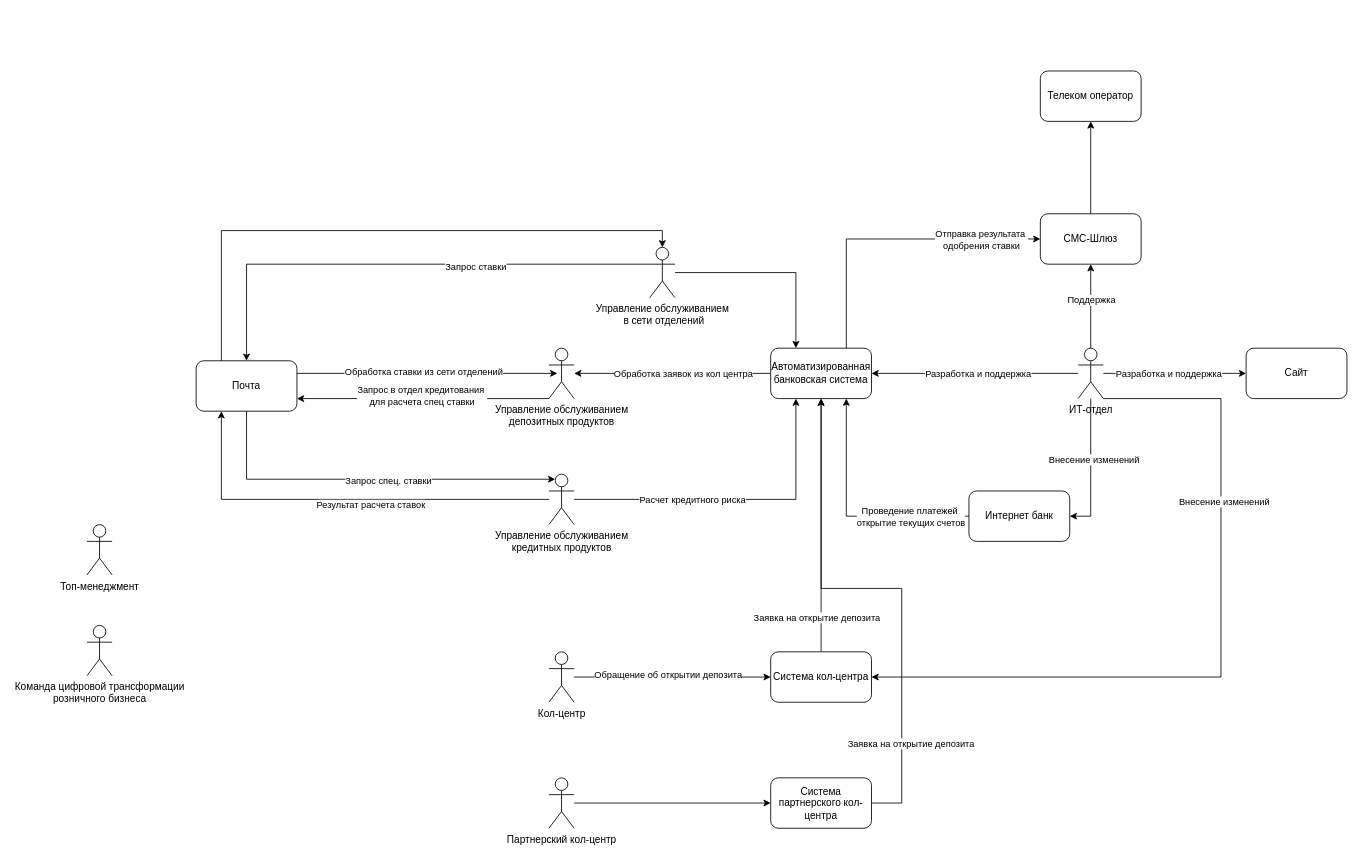
This is Exc1/integration_scheme.drawio from schnack/architecture-sprint-9, a draw.io file, before an edit. Source tidied: cells renumbered, new cells numbered last; positions are measured from the earlier drawing's top-left corner, leaving out a move shared by most shapes. Both pictures are drawn from the tidied source at 84%, with x=0, y=0 at pixel (87, 71).
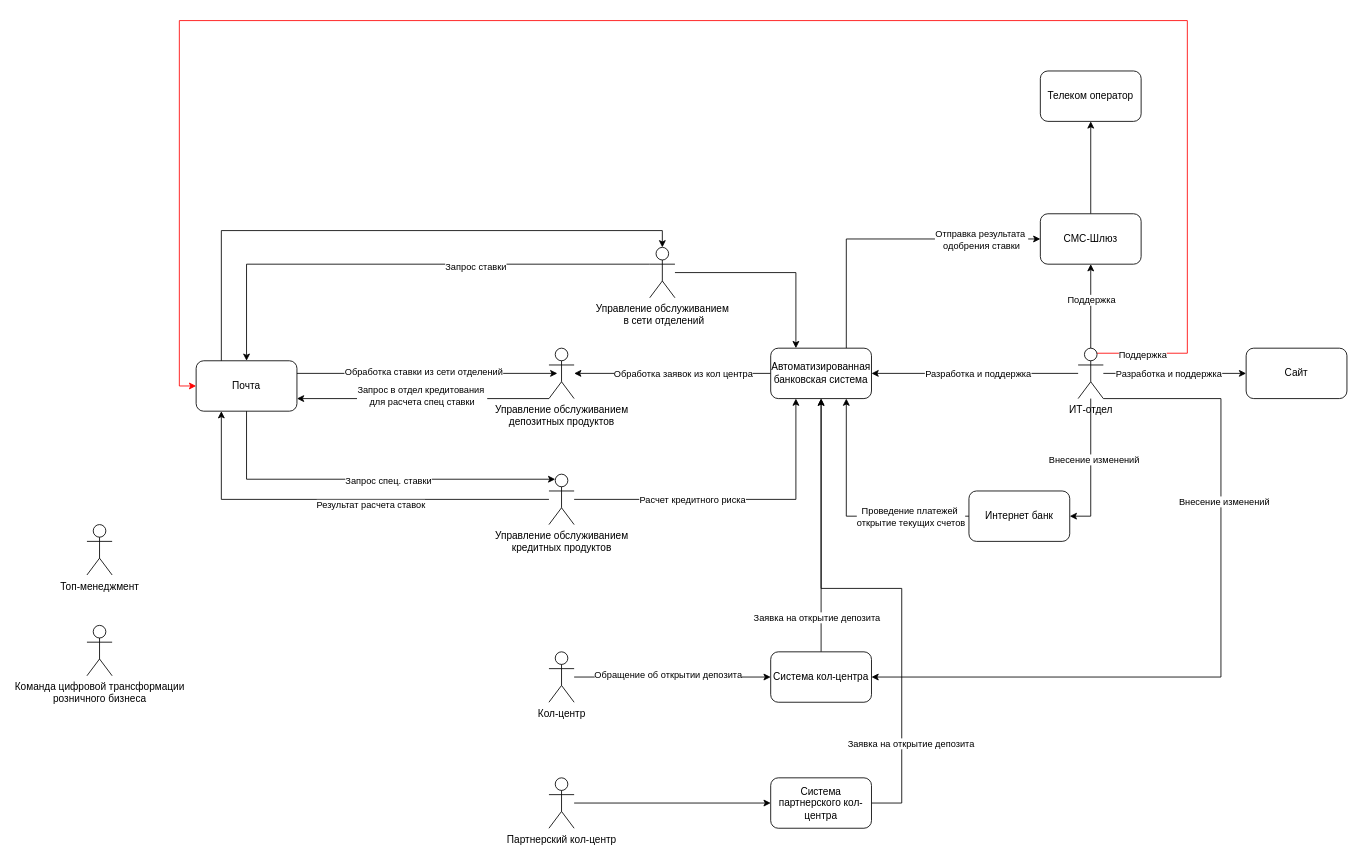
The same diagram, later.

The change refers to these unchanged cells:
```xml
<mxCell id="26" value="ИТ-отдел" style="shape=umlActor;verticalLabelPosition=bottom;verticalAlign=top;html=1;outlineConnect=0;" parent="1" vertex="1">
  <mxGeometry x="1180" y="330" width="30" height="60" as="geometry" />
</mxCell>
<mxCell id="49" value="Почта" style="rounded=1;whiteSpace=wrap;html=1;" parent="1" vertex="1">
  <mxGeometry x="130" y="345" width="120" height="60" as="geometry" />
</mxCell>
```

Change to the diagram source:
```diff
@@
+    <mxCell id="56" style="edgeStyle=orthogonalEdgeStyle;rounded=0;jettySize=auto;html=1;entryX=0;entryY=0.5;entryDx=0;entryDy=0;exitX=0.75;exitY=0.1;exitDx=0;exitDy=0;exitPerimeter=0;strokeColor=#FF0000;" parent="1" edge="1" source="26" target="49">
+      <mxGeometry relative="1" as="geometry">
+        <Array as="points">
+          <mxPoint x="1310" y="336" />
+          <mxPoint x="1310" y="-60" />
+          <mxPoint x="110" y="-60" />
+          <mxPoint x="110" y="375" />
+        </Array>
+      </mxGeometry>
+    </mxCell>
+    <mxCell id="57" value="Поддержка" style="edgeLabel;html=1;align=center;verticalAlign=middle;" parent="56" vertex="1">
+      <mxGeometry x="-0.95" y="-1" relative="1" as="geometry" />
+    </mxCell>
```
